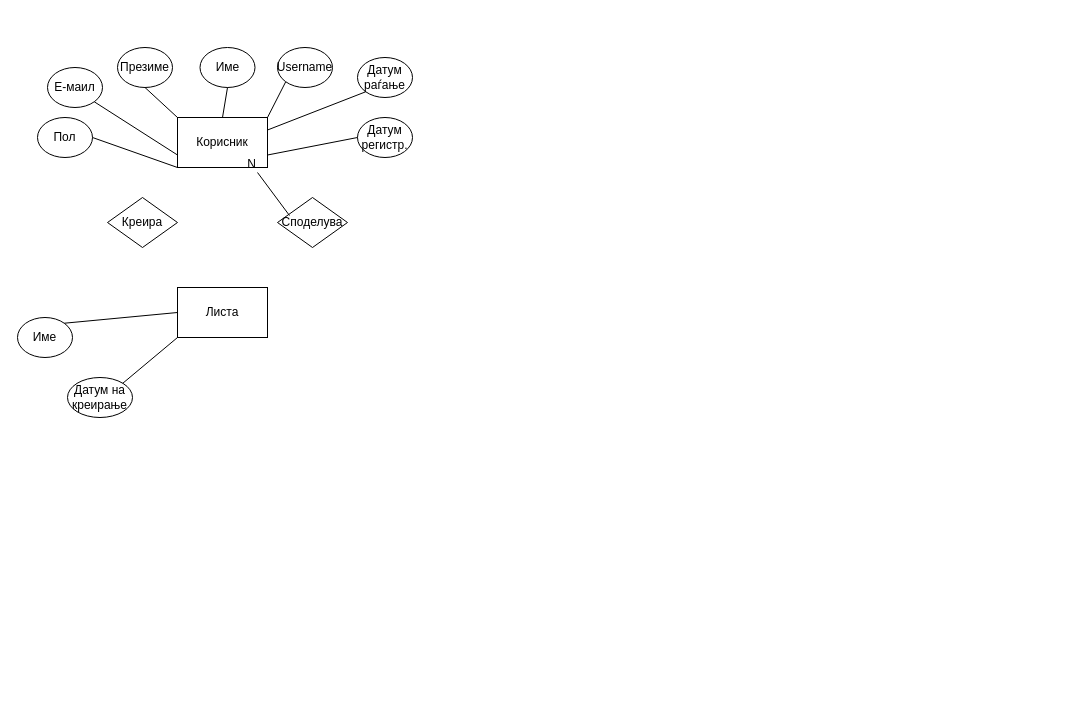
This is Untitled Diagram.drawio from AzureVolcano/SI_2024, a draw.io file, before an edit. Source tidied: cells renumbered, new cells numbered last; positions are measured from the earlier drawing's top-left corner, leaving out a move shared by most shapes. Both pictures are drawn from the tidied source at 100%, with x=0, y=0 at pixel (17, 47).
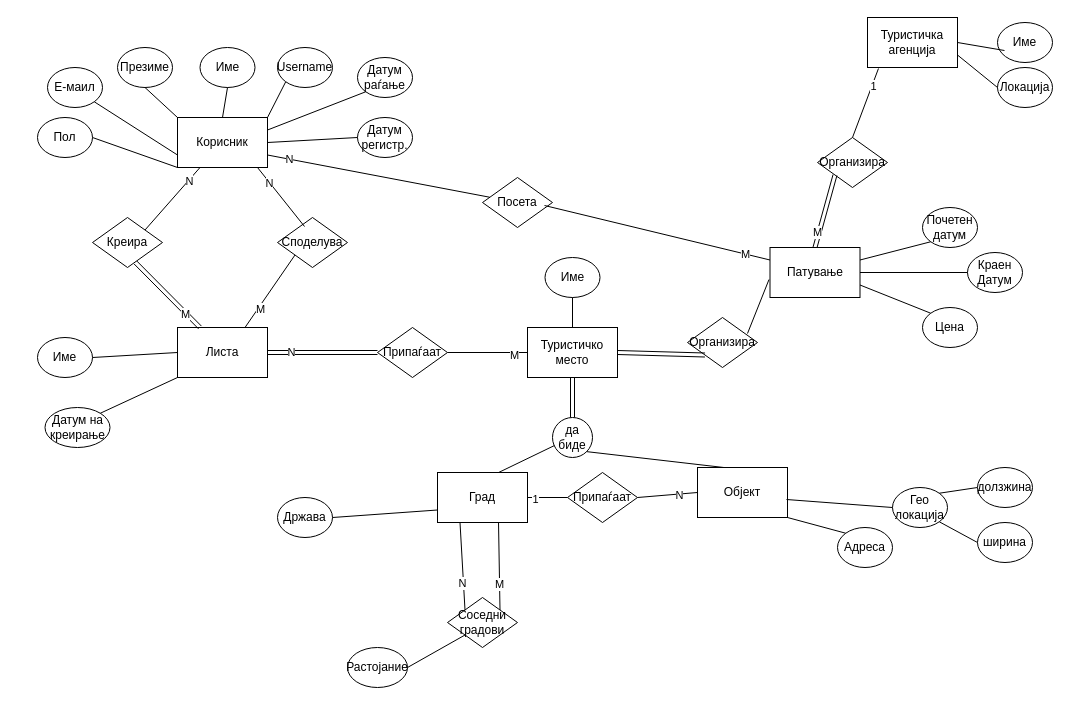
After the change.

The change refers to these unchanged cells:
```xml
<mxCell id="2" value="Корисник" style="rounded=0;whiteSpace=wrap;html=1;" parent="1" vertex="1">
  <mxGeometry x="160" y="70" width="90" height="50" as="geometry" />
</mxCell>
<mxCell id="12" value="Датум регистр." style="ellipse;whiteSpace=wrap;html=1;" parent="1" vertex="1">
  <mxGeometry x="340" y="70" width="55" height="40" as="geometry" />
</mxCell>
```

What changed in the source:
```diff
@@
-    <mxCell id="13" style="endArrow=none;html=1;rounded=0;entryX=0;entryY=0.5;entryDx=0;entryDy=0;exitX=1;exitY=0.75;exitDx=0;exitDy=0;" parent="1" edge="1" source="2" target="12">
+    <mxCell id="13" style="endArrow=none;html=1;rounded=0;entryX=0;entryY=0.5;entryDx=0;entryDy=0;exitX=1;exitY=0.5;exitDx=0;exitDy=0;" parent="1" edge="1" source="2" target="12">
       <mxGeometry relative="1" as="geometry" />
     </mxCell>
@@
     <mxCell id="17" value="Листа" style="rounded=0;whiteSpace=wrap;html=1;" parent="1" vertex="1">
-      <mxGeometry x="160" y="240" width="90" height="50" as="geometry" />
+      <mxGeometry x="160" y="280" width="90" height="50" as="geometry" />
     </mxCell>
     <mxCell id="18" value="Име" style="ellipse;whiteSpace=wrap;html=1;" parent="1" vertex="1">
-      <mxGeometry y="270" width="55" height="40" as="geometry" />
+      <mxGeometry x="20" y="290" width="55" height="40" as="geometry" />
     </mxCell>
     <mxCell id="19" value="Датум на креирање" style="ellipse;whiteSpace=wrap;html=1;" parent="1" vertex="1">
-      <mxGeometry x="50" y="330" width="65" height="40" as="geometry" />
+      <mxGeometry x="27.5" y="360" width="65" height="40" as="geometry" />
     </mxCell>
-    <mxCell id="20" style="endArrow=none;html=1;rounded=0;entryX=1;entryY=0;entryDx=0;entryDy=0;exitX=0;exitY=0.5;exitDx=0;exitDy=0;" parent="1" edge="1" source="17" target="18">
+    <mxCell id="20" style="endArrow=none;html=1;rounded=0;entryX=1;entryY=0.5;entryDx=0;entryDy=0;exitX=0;exitY=0.5;exitDx=0;exitDy=0;" parent="1" edge="1" source="17" target="18">
       <mxGeometry relative="1" as="geometry" />
     </mxCell>
@@
     <mxCell id="22" value="Креира" style="rhombus;whiteSpace=wrap;html=1;" parent="1" vertex="1">
-      <mxGeometry x="90" y="150" width="70" height="50" as="geometry" />
+      <mxGeometry x="75" y="170" width="70" height="50" as="geometry" />
     </mxCell>
     <mxCell id="23" value="Споделува" style="rhombus;whiteSpace=wrap;html=1;" parent="1" vertex="1">
-      <mxGeometry x="260" y="150" width="70" height="50" as="geometry" />
+      <mxGeometry x="260" y="170" width="70" height="50" as="geometry" />
     </mxCell>
-    <mxCell id="24" style="endArrow=none;html=1;rounded=0;exitX=0.171;exitY=0.36;exitDx=0;exitDy=0;exitPerimeter=0;entryX=0.889;entryY=1.1;entryDx=0;entryDy=0;entryPerimeter=0;" parent="1" edge="1" source="23" target="2">
-      <mxGeometry relative="1" as="geometry" />
-    </mxCell>
-    <mxCell id="25" value="N" style="html=1;whiteSpace=wrap;align=right;verticalAlign=bottom;" parent="24" vertex="1">
-      <mxGeometry x="1" relative="1" as="geometry" />
-    </mxCell>
+    <mxCell id="26" style="endArrow=none;html=1;rounded=0;exitX=0.386;exitY=0.18;exitDx=0;exitDy=0;exitPerimeter=0;" parent="1" edge="1" source="23">
+      <mxGeometry relative="1" as="geometry">
+        <mxPoint x="240" y="120" as="targetPoint" />
+      </mxGeometry>
+    </mxCell>
+    <mxCell id="27" value="N" style="edgeLabel;html=1;align=center;verticalAlign=middle;" parent="26" vertex="1">
+      <mxGeometry x="0.49" y="1" relative="1" as="geometry" />
+    </mxCell>
+    <mxCell id="28" style="endArrow=none;html=1;rounded=0;exitX=1;exitY=0;exitDx=0;exitDy=0;entryX=0.25;entryY=1;entryDx=0;entryDy=0;" parent="1" edge="1" source="22" target="2">
+      <mxGeometry relative="1" as="geometry" />
+    </mxCell>
+    <mxCell id="29" value="N" style="edgeLabel;html=1;align=center;verticalAlign=middle;" parent="28" vertex="1">
+      <mxGeometry x="0.58" y="-1" relative="1" as="geometry" />
+    </mxCell>
+    <mxCell id="30" style="shape=link;html=1;rounded=0;exitX=0.614;exitY=0.9;exitDx=0;exitDy=0;exitPerimeter=0;entryX=0.25;entryY=0;entryDx=0;entryDy=0;" parent="1" edge="1" source="22" target="17">
+      <mxGeometry relative="1" as="geometry" />
+    </mxCell>
+    <mxCell id="31" value="M" style="edgeLabel;html=1;align=center;verticalAlign=middle;" parent="30" vertex="1">
+      <mxGeometry x="0.58" y="-1" relative="1" as="geometry" />
+    </mxCell>
+    <mxCell id="32" style="endArrow=none;html=1;rounded=0;exitX=0;exitY=1;exitDx=0;exitDy=0;entryX=0.75;entryY=0;entryDx=0;entryDy=0;" parent="1" edge="1" source="23" target="17">
+      <mxGeometry relative="1" as="geometry" />
+    </mxCell>
+    <mxCell id="33" value="M" style="edgeLabel;html=1;align=center;verticalAlign=middle;" parent="32" vertex="1">
+      <mxGeometry x="0.46" y="3" relative="1" as="geometry">
+        <mxPoint x="-1" as="offset" />
+      </mxGeometry>
+    </mxCell>
+    <mxCell id="34" value="Туристичко место" style="rounded=0;whiteSpace=wrap;html=1;" parent="1" vertex="1">
+      <mxGeometry x="510" y="280" width="90" height="50" as="geometry" />
+    </mxCell>
+    <mxCell id="35" style="shape=link;html=1;rounded=0;entryX=0.5;entryY=1;entryDx=0;entryDy=0;exitX=0.5;exitY=0;exitDx=0;exitDy=0;" parent="1" edge="1" source="36" target="34">
+      <mxGeometry relative="1" as="geometry" />
+    </mxCell>
+    <mxCell id="36" value="да биде" style="ellipse;whiteSpace=wrap;html=1;align=center;" parent="1" vertex="1">
+      <mxGeometry x="535" y="370" width="40" height="40" as="geometry" />
+    </mxCell>
+    <mxCell id="37" style="endArrow=none;html=1;rounded=0;entryX=0.05;entryY=0.7;entryDx=0;entryDy=0;entryPerimeter=0;exitX=0.633;exitY=0.04;exitDx=0;exitDy=0;exitPerimeter=0;" parent="1" edge="1" source="41" target="36">
+      <mxGeometry relative="1" as="geometry" />
+    </mxCell>
+    <mxCell id="38" style="endArrow=none;html=1;rounded=0;entryX=1;entryY=1;entryDx=0;entryDy=0;exitX=0.389;exitY=0.02;exitDx=0;exitDy=0;exitPerimeter=0;" parent="1" edge="1" source="42" target="36">
+      <mxGeometry relative="1" as="geometry" />
+    </mxCell>
+    <mxCell id="39" value="Адреса" style="ellipse;whiteSpace=wrap;html=1;" parent="1" vertex="1">
+      <mxGeometry x="820" y="480" width="55" height="40" as="geometry" />
+    </mxCell>
+    <mxCell id="40" value="Гео локација" style="ellipse;whiteSpace=wrap;html=1;" parent="1" vertex="1">
+      <mxGeometry x="875" y="440" width="55" height="40" as="geometry" />
+    </mxCell>
+    <mxCell id="41" value="Град" style="rounded=0;whiteSpace=wrap;html=1;" parent="1" vertex="1">
+      <mxGeometry x="420" y="425" width="90" height="50" as="geometry" />
+    </mxCell>
+    <mxCell id="42" value="Објект" style="rounded=0;whiteSpace=wrap;html=1;" parent="1" vertex="1">
+      <mxGeometry x="680" y="420" width="90" height="50" as="geometry" />
+    </mxCell>
+    <mxCell id="43" style="endArrow=none;html=1;rounded=0;entryX=1;entryY=1;entryDx=0;entryDy=0;exitX=0;exitY=0;exitDx=0;exitDy=0;" parent="1" edge="1" source="39" target="42">
+      <mxGeometry relative="1" as="geometry" />
+    </mxCell>
+    <mxCell id="44" style="endArrow=none;html=1;rounded=0;entryX=0;entryY=0.5;entryDx=0;entryDy=0;exitX=0.989;exitY=0.64;exitDx=0;exitDy=0;exitPerimeter=0;" parent="1" edge="1" source="42" target="40">
+      <mxGeometry relative="1" as="geometry" />
+    </mxCell>
+    <mxCell id="45" style="endArrow=none;html=1;rounded=0;exitX=1;exitY=0;exitDx=0;exitDy=0;entryX=0;entryY=0.5;entryDx=0;entryDy=0;" parent="1" edge="1" source="40" target="47">
+      <mxGeometry relative="1" as="geometry" />
+    </mxCell>
+    <mxCell id="46" style="endArrow=none;html=1;rounded=0;exitX=1;exitY=1;exitDx=0;exitDy=0;entryX=0;entryY=0.5;entryDx=0;entryDy=0;" parent="1" edge="1" source="40" target="48">
+      <mxGeometry relative="1" as="geometry" />
+    </mxCell>
+    <mxCell id="47" value="долзжина" style="ellipse;whiteSpace=wrap;html=1;" parent="1" vertex="1">
+      <mxGeometry x="960" y="420" width="55" height="40" as="geometry" />
+    </mxCell>
+    <mxCell id="48" value="ширина" style="ellipse;whiteSpace=wrap;html=1;" parent="1" vertex="1">
+      <mxGeometry x="960" y="475" width="55" height="40" as="geometry" />
+    </mxCell>
+    <mxCell id="49" value="Држава" style="ellipse;whiteSpace=wrap;html=1;" parent="1" vertex="1">
+      <mxGeometry x="260" y="450" width="55" height="40" as="geometry" />
+    </mxCell>
+    <mxCell id="50" value="Припаѓаат" style="rhombus;whiteSpace=wrap;html=1;" parent="1" vertex="1">
+      <mxGeometry x="550" y="425" width="70" height="50" as="geometry" />
+    </mxCell>
+    <mxCell id="51" style="endArrow=none;html=1;rounded=0;exitX=1;exitY=0.5;exitDx=0;exitDy=0;entryX=0;entryY=0.5;entryDx=0;entryDy=0;" parent="1" edge="1" source="50" target="42">
+      <mxGeometry relative="1" as="geometry" />
+    </mxCell>
+    <mxCell id="52" value="N" style="edgeLabel;html=1;align=center;verticalAlign=middle;" parent="51" vertex="1">
+      <mxGeometry x="0.4" y="-1" relative="1" as="geometry" />
+    </mxCell>
+    <mxCell id="53" style="endArrow=none;html=1;rounded=0;exitX=1;exitY=0.5;exitDx=0;exitDy=0;entryX=0;entryY=0.5;entryDx=0;entryDy=0;" parent="1" edge="1" source="41" target="50">
+      <mxGeometry relative="1" as="geometry" />
+    </mxCell>
+    <mxCell id="54" value="1" style="edgeLabel;html=1;align=center;verticalAlign=middle;" parent="53" vertex="1">
+      <mxGeometry x="-0.65" y="-1" relative="1" as="geometry" />
+    </mxCell>
+    <mxCell id="55" style="endArrow=none;html=1;rounded=0;exitX=0.25;exitY=1;exitDx=0;exitDy=0;entryX=0;entryY=0;entryDx=0;entryDy=0;" parent="1" edge="1" source="41" target="59">
+      <mxGeometry relative="1" as="geometry" />
+    </mxCell>
+    <mxCell id="56" value="N" style="edgeLabel;html=1;align=center;verticalAlign=middle;" parent="55" vertex="1">
+      <mxGeometry x="0.4" y="-1" relative="1" as="geometry" />
+    </mxCell>
+    <mxCell id="57" style="endArrow=none;html=1;rounded=0;exitX=0.678;exitY=1;exitDx=0;exitDy=0;exitPerimeter=0;entryX=1;entryY=0;entryDx=0;entryDy=0;" parent="1" edge="1" source="41" target="59">
+      <mxGeometry relative="1" as="geometry" />
+    </mxCell>
+    <mxCell id="58" value="M" style="edgeLabel;html=1;align=center;verticalAlign=middle;" parent="57" vertex="1">
+      <mxGeometry x="0.4" y="-1" relative="1" as="geometry" />
+    </mxCell>
+    <mxCell id="59" value="Соседни градови" style="rhombus;whiteSpace=wrap;html=1;" parent="1" vertex="1">
+      <mxGeometry x="430" y="550" width="70" height="50" as="geometry" />
+    </mxCell>
+    <mxCell id="60" value="Растојание" style="ellipse;whiteSpace=wrap;html=1;" parent="1" vertex="1">
+      <mxGeometry x="330" y="600" width="60" height="40" as="geometry" />
+    </mxCell>
+    <mxCell id="61" style="endArrow=none;html=1;rounded=0;entryX=0;entryY=0.75;entryDx=0;entryDy=0;exitX=1;exitY=0.5;exitDx=0;exitDy=0;" parent="1" edge="1" source="49" target="41">
+      <mxGeometry relative="1" as="geometry" />
+    </mxCell>
+    <mxCell id="62" style="endArrow=none;html=1;rounded=0;entryX=1;entryY=0.5;entryDx=0;entryDy=0;exitX=0;exitY=1;exitDx=0;exitDy=0;" parent="1" edge="1" source="59" target="60">
+      <mxGeometry relative="1" as="geometry" />
+    </mxCell>
+    <mxCell id="63" value="Припаѓаат" style="rhombus;whiteSpace=wrap;html=1;" parent="1" vertex="1">
+      <mxGeometry x="360" y="280" width="70" height="50" as="geometry" />
+    </mxCell>
+    <mxCell id="64" style="shape=link;html=1;rounded=0;exitX=0;exitY=0.5;exitDx=0;exitDy=0;entryX=1;entryY=0.5;entryDx=0;entryDy=0;" parent="1" edge="1" source="63" target="17">
+      <mxGeometry relative="1" as="geometry" />
+    </mxCell>
+    <mxCell id="65" value="N" style="edgeLabel;html=1;align=center;verticalAlign=middle;" parent="64" vertex="1">
+      <mxGeometry x="0.58" y="-1" relative="1" as="geometry" />
+    </mxCell>
+    <mxCell id="66" style="endArrow=none;html=1;rounded=0;exitX=0;exitY=0.5;exitDx=0;exitDy=0;entryX=1;entryY=0.5;entryDx=0;entryDy=0;" parent="1" edge="1" source="34" target="63">
+      <mxGeometry relative="1" as="geometry" />
+    </mxCell>
+    <mxCell id="67" value="M" style="edgeLabel;html=1;align=center;verticalAlign=middle;" parent="66" vertex="1">
+      <mxGeometry x="-0.64" y="2" relative="1" as="geometry" />
+    </mxCell>
+    <mxCell id="68" value="Туристичка агенција" style="rounded=0;whiteSpace=wrap;html=1;" parent="1" vertex="1">
+      <mxGeometry x="850" y="-30" width="90" height="50" as="geometry" />
+    </mxCell>
+    <mxCell id="69" value="Име" style="ellipse;whiteSpace=wrap;html=1;" parent="1" vertex="1">
+      <mxGeometry x="980" y="-25" width="55" height="40" as="geometry" />
+    </mxCell>
+    <mxCell id="70" value="Локација" style="ellipse;whiteSpace=wrap;html=1;" parent="1" vertex="1">
+      <mxGeometry x="980" y="20" width="55" height="40" as="geometry" />
+    </mxCell>
+    <mxCell id="71" style="endArrow=none;html=1;rounded=0;entryX=0.127;entryY=0.7;entryDx=0;entryDy=0;exitX=1;exitY=0.5;exitDx=0;exitDy=0;entryPerimeter=0;" parent="1" edge="1" source="68" target="69">
+      <mxGeometry relative="1" as="geometry" />
+    </mxCell>
+    <mxCell id="72" style="endArrow=none;html=1;rounded=0;entryX=0;entryY=0.5;entryDx=0;entryDy=0;exitX=1;exitY=0.75;exitDx=0;exitDy=0;" parent="1" edge="1" source="68" target="70">
+      <mxGeometry relative="1" as="geometry" />
+    </mxCell>
+    <mxCell id="73" value="Организира" style="rhombus;whiteSpace=wrap;html=1;" parent="1" vertex="1">
+      <mxGeometry x="800" y="90" width="70" height="50" as="geometry" />
+    </mxCell>
+    <mxCell id="74" style="shape=link;html=1;rounded=0;exitX=0;exitY=1;exitDx=0;exitDy=0;entryX=0.5;entryY=0;entryDx=0;entryDy=0;" parent="1" edge="1" source="73" target="78">
+      <mxGeometry relative="1" as="geometry" />
+    </mxCell>
+    <mxCell id="75" value="М" style="edgeLabel;html=1;align=center;verticalAlign=middle;" parent="74" vertex="1">
+      <mxGeometry x="0.6" y="-2" relative="1" as="geometry" />
+    </mxCell>
+    <mxCell id="76" style="endArrow=none;html=1;rounded=0;entryX=0.122;entryY=1.02;entryDx=0;entryDy=0;entryPerimeter=0;exitX=0.5;exitY=0;exitDx=0;exitDy=0;" parent="1" edge="1" source="73" target="68">
+      <mxGeometry relative="1" as="geometry" />
+    </mxCell>
+    <mxCell id="77" value="1" style="edgeLabel;html=1;align=center;verticalAlign=middle;" parent="76" vertex="1">
+      <mxGeometry x="0.48" y="-1" relative="1" as="geometry" />
+    </mxCell>
+    <mxCell id="78" value="Патување" style="rounded=0;whiteSpace=wrap;html=1;" parent="1" vertex="1">
+      <mxGeometry x="752.5" y="200" width="90" height="50" as="geometry" />
+    </mxCell>
+    <mxCell id="79" value="Организира" style="rhombus;whiteSpace=wrap;html=1;" parent="1" vertex="1">
+      <mxGeometry x="670" y="270" width="70" height="50" as="geometry" />
+    </mxCell>
+    <mxCell id="80" style="shape=link;html=1;rounded=0;exitX=0;exitY=1;exitDx=0;exitDy=0;entryX=1;entryY=0.5;entryDx=0;entryDy=0;" parent="1" edge="1" source="79" target="34">
+      <mxGeometry relative="1" as="geometry" />
+    </mxCell>
+    <mxCell id="81" style="endArrow=none;html=1;rounded=0;entryX=0.857;entryY=0.32;entryDx=0;entryDy=0;exitX=-0.011;exitY=0.64;exitDx=0;exitDy=0;entryPerimeter=0;exitPerimeter=0;" parent="1" edge="1" source="78" target="79">
+      <mxGeometry relative="1" as="geometry" />
+    </mxCell>
+    <mxCell id="82" value="Почетен датум" style="ellipse;whiteSpace=wrap;html=1;" parent="1" vertex="1">
+      <mxGeometry x="905" y="160" width="55" height="40" as="geometry" />
+    </mxCell>
+    <mxCell id="83" value="Цена" style="ellipse;whiteSpace=wrap;html=1;" parent="1" vertex="1">
+      <mxGeometry x="905" y="260" width="55" height="40" as="geometry" />
+    </mxCell>
+    <mxCell id="84" value="Краен Датум" style="ellipse;whiteSpace=wrap;html=1;" parent="1" vertex="1">
+      <mxGeometry x="950" y="205" width="55" height="40" as="geometry" />
+    </mxCell>
+    <mxCell id="85" style="endArrow=none;html=1;rounded=0;entryX=0;entryY=1;entryDx=0;entryDy=0;exitX=1;exitY=0.25;exitDx=0;exitDy=0;" parent="1" edge="1" source="78" target="82">
+      <mxGeometry relative="1" as="geometry" />
+    </mxCell>
+    <mxCell id="86" style="endArrow=none;html=1;rounded=0;entryX=0;entryY=0.5;entryDx=0;entryDy=0;exitX=1;exitY=0.5;exitDx=0;exitDy=0;" parent="1" edge="1" source="78" target="84">
+      <mxGeometry relative="1" as="geometry" />
+    </mxCell>
+    <mxCell id="87" style="endArrow=none;html=1;rounded=0;entryX=0;entryY=0;entryDx=0;entryDy=0;exitX=1;exitY=0.75;exitDx=0;exitDy=0;" parent="1" edge="1" source="78" target="83">
+      <mxGeometry relative="1" as="geometry" />
+    </mxCell>
+    <mxCell id="88" value="Посета" style="rhombus;whiteSpace=wrap;html=1;" parent="1" vertex="1">
+      <mxGeometry x="465" y="130" width="70" height="50" as="geometry" />
+    </mxCell>
+    <mxCell id="89" style="endArrow=none;html=1;rounded=0;exitX=0.886;exitY=0.56;exitDx=0;exitDy=0;entryX=0;entryY=0.25;entryDx=0;entryDy=0;exitPerimeter=0;" parent="1" edge="1" source="88" target="78">
+      <mxGeometry relative="1" as="geometry" />
+    </mxCell>
+    <mxCell id="90" value="М" style="edgeLabel;html=1;align=center;verticalAlign=middle;" parent="89" vertex="1">
+      <mxGeometry x="0.78" relative="1" as="geometry" />
+    </mxCell>
+    <mxCell id="91" style="endArrow=none;html=1;rounded=0;exitX=1;exitY=0.75;exitDx=0;exitDy=0;" parent="1" edge="1" source="2" target="88">
+      <mxGeometry relative="1" as="geometry" />
+    </mxCell>
+    <mxCell id="92" value="N" style="edgeLabel;html=1;align=center;verticalAlign=middle;" parent="91" vertex="1">
+      <mxGeometry x="-0.81" relative="1" as="geometry" />
+    </mxCell>
+    <mxCell id="93" value="Име" style="ellipse;whiteSpace=wrap;html=1;" parent="1" vertex="1">
+      <mxGeometry x="527.5" y="210" width="55" height="40" as="geometry" />
+    </mxCell>
+    <mxCell id="94" style="endArrow=none;html=1;rounded=0;entryX=0.5;entryY=1;entryDx=0;entryDy=0;exitX=0.5;exitY=0;exitDx=0;exitDy=0;" parent="1" edge="1" source="34" target="93">
+      <mxGeometry relative="1" as="geometry" />
+    </mxCell>
```
